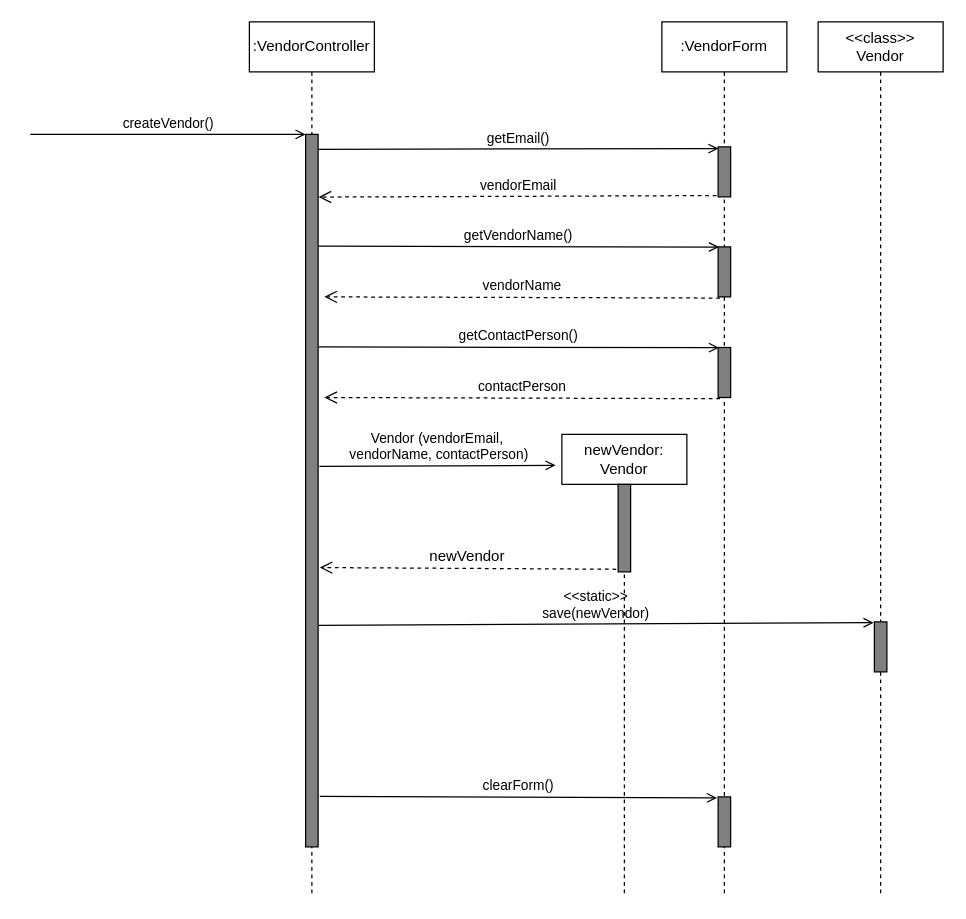
This is page "create-vendor" (2 of 3) of docs/assets/sequence-diagram.drawio from creme332/biblionex, a draw.io file, before an edit. Source tidied: cells renumbered, new cells numbered last; positions are measured from the earlier drawing's top-left corner, leaving out a move shared by most shapes. Both pictures are drawn from the tidied source at 125%, with x=0, y=0 at pixel (30, 21).
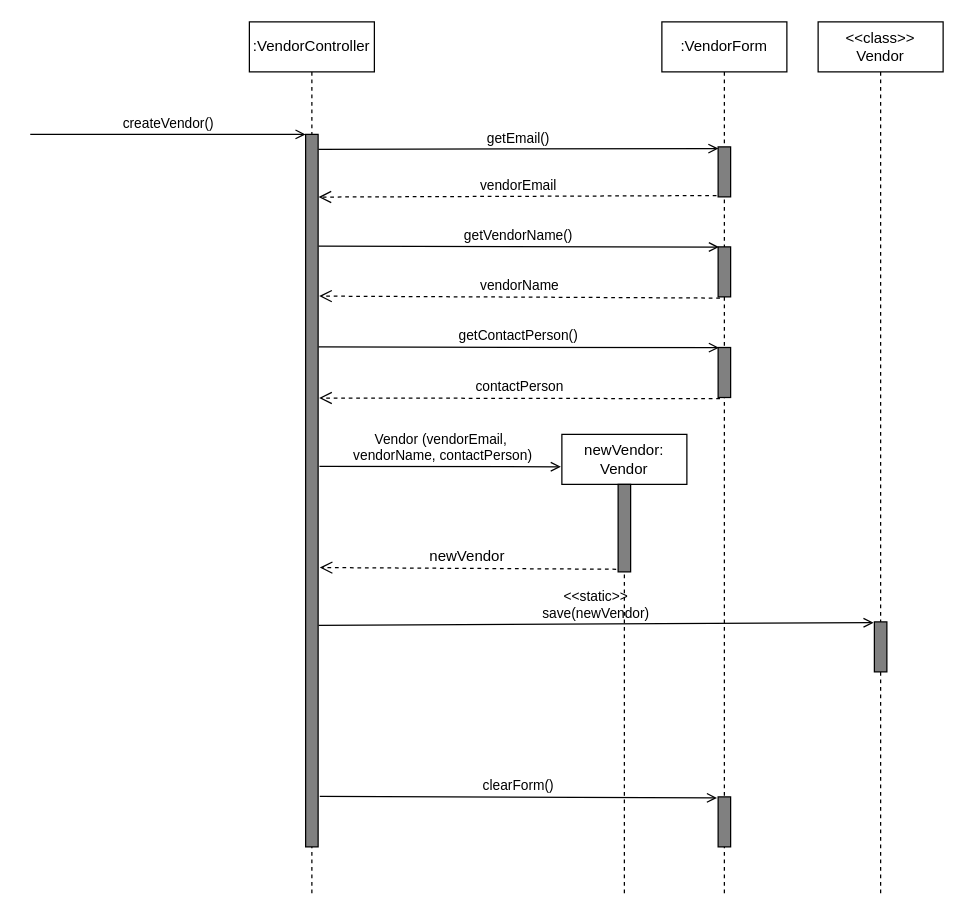
The same page after the edit.

Unchanged cells that the change refers to:
```xml
<mxCell id="3" style="html=1;points=[];perimeter=orthogonalPerimeter;fillColor=#808080;" parent="2" vertex="1">
  <mxGeometry x="45" y="90" width="10" height="570" as="geometry" />
</mxCell>
<mxCell id="5" value=":VendorForm" style="shape=umlLifeline;perimeter=lifelinePerimeter;whiteSpace=wrap;html=1;" parent="1" vertex="1">
  <mxGeometry x="505" width="100" height="700" as="geometry" />
</mxCell>
<mxCell id="7" style="html=1;points=[];perimeter=orthogonalPerimeter;fillColor=#808080;" parent="5" vertex="1">
  <mxGeometry x="45" y="180" width="10" height="40" as="geometry" />
</mxCell>
<mxCell id="9" style="html=1;points=[];perimeter=orthogonalPerimeter;fillColor=#808080;" parent="5" vertex="1">
  <mxGeometry x="45" y="260.5" width="10" height="40" as="geometry" />
</mxCell>
<mxCell id="18" value="newVendor: Vendor" style="shape=umlLifeline;perimeter=lifelinePerimeter;whiteSpace=wrap;html=1;outlineConnect=0;" parent="1" vertex="1">
  <mxGeometry x="425" y="330" width="100" height="370" as="geometry" />
</mxCell>
```

Diff of the diagram source:
```diff
@@
-    <mxCell id="11" value="contactPerson" style="endArrow=open;startArrow=none;endFill=0;startFill=0;endSize=8;html=1;verticalAlign=bottom;dashed=1;labelBackgroundColor=none;exitX=0.148;exitY=1.024;exitDx=0;exitDy=0;exitPerimeter=0;" parent="5" edge="1" source="9">
-      <mxGeometry relative="1" as="geometry">
-        <mxPoint x="-270" y="300.5" as="targetPoint" />
-      </mxGeometry>
-    </mxCell>
@@
-    <mxCell id="17" value="vendorName" style="endArrow=open;startArrow=none;endFill=0;startFill=0;endSize=8;html=1;verticalAlign=bottom;dashed=1;labelBackgroundColor=none;exitX=0.148;exitY=1.024;exitDx=0;exitDy=0;exitPerimeter=0;" parent="1" edge="1" source="7">
-      <mxGeometry relative="1" as="geometry">
-        <mxPoint x="235" y="220" as="targetPoint" />
-      </mxGeometry>
+    <mxCell id="17" value="vendorName" style="endArrow=open;startArrow=none;endFill=0;startFill=0;endSize=8;html=1;verticalAlign=bottom;dashed=1;labelBackgroundColor=none;exitX=0.148;exitY=1.024;exitDx=0;exitDy=0;exitPerimeter=0;entryX=1.084;entryY=0.227;entryDx=0;entryDy=0;entryPerimeter=0;" parent="1" edge="1" source="7" target="3">
+      <mxGeometry relative="1" as="geometry" />
     </mxCell>
@@
-    <mxCell id="20" value="Vendor (vendorEmail,&lt;br&gt;&amp;nbsp;vendorName, contactPerson)" style="html=1;verticalAlign=bottom;labelBackgroundColor=none;endArrow=open;endFill=0;entryX=-0.05;entryY=0.067;entryDx=0;entryDy=0;entryPerimeter=0;exitX=1.105;exitY=0.466;exitDx=0;exitDy=0;exitPerimeter=0;" parent="1" edge="1" source="3" target="18">
+    <mxCell id="20" value="Vendor (vendorEmail,&lt;br&gt;&amp;nbsp;vendorName, contactPerson)" style="html=1;verticalAlign=bottom;labelBackgroundColor=none;endArrow=open;endFill=0;exitX=1.105;exitY=0.466;exitDx=0;exitDy=0;exitPerimeter=0;entryX=-0.008;entryY=0.07;entryDx=0;entryDy=0;entryPerimeter=0;" parent="1" edge="1" source="3" target="18">
       <mxGeometry relative="1" as="geometry" />
     </mxCell>
@@
+    <mxCell id="11" value="contactPerson" style="endArrow=open;startArrow=none;endFill=0;startFill=0;endSize=8;html=1;verticalAlign=bottom;dashed=1;labelBackgroundColor=none;exitX=0.148;exitY=1.024;exitDx=0;exitDy=0;exitPerimeter=0;entryX=1.084;entryY=0.37;entryDx=0;entryDy=0;entryPerimeter=0;" parent="1" edge="1" source="9" target="3">
+      <mxGeometry relative="1" as="geometry" />
+    </mxCell>
```
